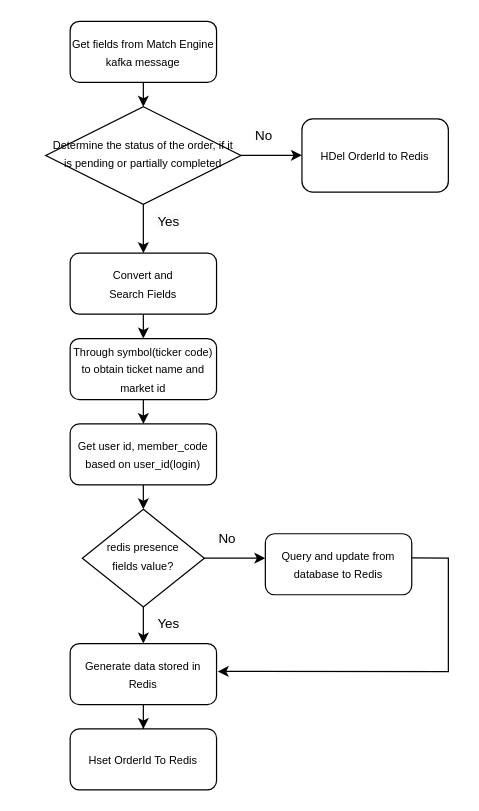
Earlier version of the draw.io diagram open_orders_workflow.drawio (xiaopingye/SpringCloudDemo). Source tidied: cells renumbered, new cells numbered last; positions are measured from the earlier drawing's top-left corner, leaving out a move shared by most shapes. Both pictures are drawn from the tidied source at 122%, with x=0, y=0 at pixel (45, 21).
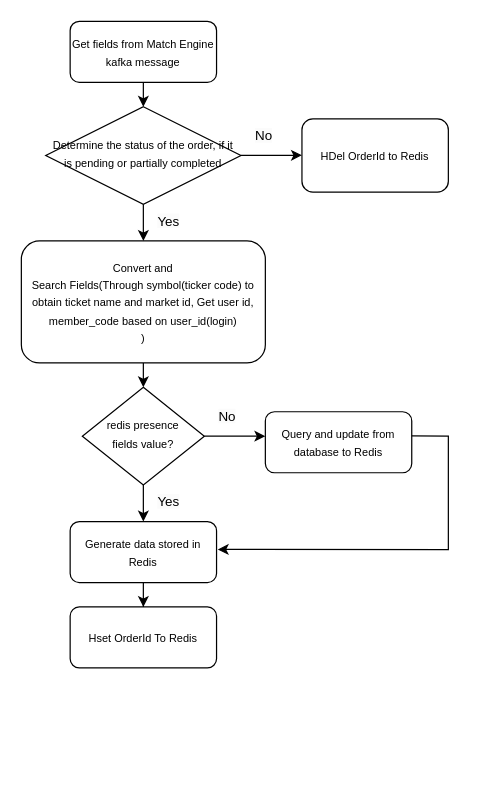
The same page after the edit.

What changed in the source:
```diff
@@
     <mxCell id="2" style="edgeStyle=orthogonalEdgeStyle;rounded=0;jettySize=auto;html=1;" parent="1" edge="1" source="4">
       <mxGeometry relative="1" as="geometry">
-        <mxPoint x="180" y="440" as="targetPoint" />
+        <mxPoint x="180" y="340" as="targetPoint" />
       </mxGeometry>
     </mxCell>
@@
     <mxCell id="4" value="&lt;font style=&quot;font-size: 9px;&quot;&gt;redis presence &lt;br&gt;fields value?&lt;/font&gt;" style="rhombus;whiteSpace=wrap;html=1;shadow=0;fontFamily=Helvetica;fontSize=12;align=center;strokeWidth=1;spacing=6;spacingTop=-4;" parent="1" vertex="1">
-      <mxGeometry x="30" y="400" width="100" height="80" as="geometry" />
+      <mxGeometry x="30" y="300" width="100" height="80" as="geometry" />
     </mxCell>
     <mxCell id="5" value="&lt;span style=&quot;color: rgb(0, 0, 0); font-family: Helvetica; font-size: 11px; font-style: normal; font-variant-ligatures: normal; font-variant-caps: normal; font-weight: 400; letter-spacing: normal; orphans: 2; text-align: center; text-indent: 0px; text-transform: none; widows: 2; word-spacing: 0px; -webkit-text-stroke-width: 0px; background-color: rgb(251, 251, 251); text-decoration-thickness: initial; text-decoration-style: initial; text-decoration-color: initial; float: none; display: inline !important;&quot;&gt;Yes&lt;/span&gt;" style="text;whiteSpace=wrap;html=1;" parent="1" vertex="1">
-      <mxGeometry x="90" y="480" width="30" height="20" as="geometry" />
+      <mxGeometry x="90" y="380" width="30" height="20" as="geometry" />
     </mxCell>
     <mxCell id="6" value="&lt;span style=&quot;color: rgb(0, 0, 0); font-family: Helvetica; font-size: 11px; font-style: normal; font-variant-ligatures: normal; font-variant-caps: normal; font-weight: 400; letter-spacing: normal; orphans: 2; text-align: center; text-indent: 0px; text-transform: none; widows: 2; word-spacing: 0px; -webkit-text-stroke-width: 0px; background-color: rgb(251, 251, 251); text-decoration-thickness: initial; text-decoration-style: initial; text-decoration-color: initial; float: none; display: inline !important;&quot;&gt;No&lt;/span&gt;" style="text;whiteSpace=wrap;html=1;" parent="1" vertex="1">
-      <mxGeometry x="140" y="410" width="30" height="30" as="geometry" />
+      <mxGeometry x="140" y="310" width="30" height="30" as="geometry" />
     </mxCell>
@@
     <mxCell id="8" value="&lt;font style=&quot;font-size: 9px;&quot;&gt;Generate data stored in Redis&lt;/font&gt;" style="rounded=1;whiteSpace=wrap;html=1;fontSize=12;glass=0;strokeWidth=1;shadow=0;" parent="1" vertex="1">
-      <mxGeometry x="20" y="510" width="120" height="50" as="geometry" />
+      <mxGeometry x="20" y="410" width="120" height="50" as="geometry" />
     </mxCell>
@@
-    <mxCell id="10" value="&lt;font style=&quot;font-size: 9px;&quot;&gt;Convert and&lt;br style=&quot;border-color: var(--border-color);&quot;&gt;Search Fields&lt;/font&gt;" style="rounded=1;whiteSpace=wrap;html=1;fontSize=12;glass=0;strokeWidth=1;shadow=0;" parent="1" vertex="1">
-      <mxGeometry x="20" y="190" width="120" height="50" as="geometry" />
+    <mxCell id="10" value="&lt;font style=&quot;font-size: 9px;&quot;&gt;Convert and&lt;br style=&quot;border-color: var(--border-color);&quot;&gt;Search Fields(Through symbol(ticker code) to obtain ticket name and market id, Get user id, member_code based on user_id(login)&lt;br&gt;)&lt;/font&gt;" style="rounded=1;whiteSpace=wrap;html=1;fontSize=12;glass=0;strokeWidth=1;shadow=0;" parent="1" vertex="1">
+      <mxGeometry x="-20" y="180" width="200" height="100" as="geometry" />
     </mxCell>
-    <mxCell id="11" value="&lt;font style=&quot;font-size: 9px;&quot;&gt;Through symbol(ticker code) to obtain ticket name and market id&lt;/font&gt;" style="rounded=1;whiteSpace=wrap;html=1;fontSize=12;glass=0;strokeWidth=1;shadow=0;" parent="1" vertex="1">
-      <mxGeometry x="20" y="260" width="120" height="50" as="geometry" />
-    </mxCell>
-    <mxCell id="12" value="&lt;font style=&quot;font-size: 9px;&quot;&gt;Get user id, member_code based on user_id(login)&lt;/font&gt;" style="rounded=1;whiteSpace=wrap;html=1;fontSize=12;glass=0;strokeWidth=1;shadow=0;" parent="1" vertex="1">
-      <mxGeometry x="20" y="330" width="120" height="50" as="geometry" />
-    </mxCell>
@@
-    <mxCell id="14" style="endArrow=classic;html=1;rounded=0;exitX=0.5;exitY=1;exitDx=0;exitDy=0;" parent="1" edge="1" source="10" target="11">
-      <mxGeometry relative="1" as="geometry" />
-    </mxCell>
-    <mxCell id="15" style="endArrow=classic;html=1;rounded=0;exitX=0.5;exitY=1;exitDx=0;exitDy=0;entryX=0.5;entryY=0;entryDx=0;entryDy=0;" parent="1" edge="1" source="11" target="12">
-      <mxGeometry relative="1" as="geometry" />
-    </mxCell>
-    <mxCell id="16" style="endArrow=classic;html=1;rounded=0;exitX=0.5;exitY=1;exitDx=0;exitDy=0;" parent="1" edge="1" source="12" target="4">
+    <mxCell id="16" style="endArrow=classic;html=1;rounded=0;exitX=0.5;exitY=1;exitDx=0;exitDy=0;" parent="1" edge="1" source="10" target="4">
       <mxGeometry relative="1" as="geometry" />
     </mxCell>
     <mxCell id="17" value="&lt;font style=&quot;font-size: 9px;&quot;&gt;Query and update from database to Redis&lt;/font&gt;" style="rounded=1;whiteSpace=wrap;html=1;fontSize=12;glass=0;strokeWidth=1;shadow=0;" parent="1" vertex="1">
-      <mxGeometry x="180" y="420" width="120" height="50" as="geometry" />
+      <mxGeometry x="180" y="320" width="120" height="50" as="geometry" />
     </mxCell>
     <mxCell id="18" value="&lt;font style=&quot;font-size: 9px;&quot;&gt;Hset OrderId To Redis&lt;/font&gt;" style="rounded=1;whiteSpace=wrap;html=1;fontSize=12;glass=0;strokeWidth=1;shadow=0;" parent="1" vertex="1">
-      <mxGeometry x="20" y="580" width="120" height="50" as="geometry" />
+      <mxGeometry x="20" y="480" width="120" height="50" as="geometry" />
     </mxCell>
     <mxCell id="19" style="edgeStyle=none;jettySize=auto;html=1;rounded=0;entryX=1.008;entryY=0.457;entryDx=0;entryDy=0;entryPerimeter=0;" parent="1" edge="1" target="8">
       <mxGeometry relative="1" as="geometry">
-        <mxPoint x="300" y="439.7" as="sourcePoint" />
+        <mxPoint x="300" y="339.7" as="sourcePoint" />
         <Array as="points">
-          <mxPoint x="330" y="440" />
-          <mxPoint x="330" y="533" />
+          <mxPoint x="330" y="340" />
+          <mxPoint x="330" y="433" />
         </Array>
       </mxGeometry>
     </mxCell>
```
